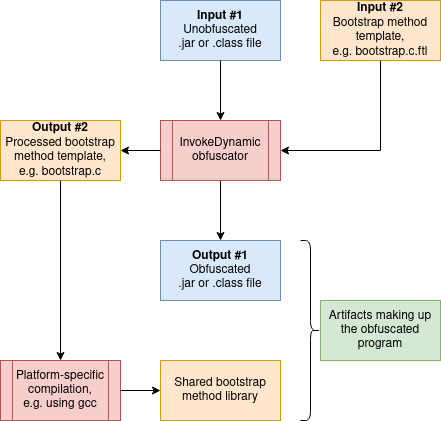
Before: .github/obfuscation-process.drawio.png, a diagram exported from draw.io (andreblanke/indy-obfuscator). Source tidied: cells renumbered, new cells last; positions are measured from the earlier drawing's top-left corner, leaving out a move shared by most shapes. Its diagram source:
```xml
<mxGraphModel>
  <root>
    <mxCell id="0" />
    <mxCell id="1" parent="0" />
    <mxCell id="2" value="&lt;b&gt;Input #1&lt;/b&gt;&lt;br&gt;Unobfuscated&lt;br&gt;.jar or .class file" style="rounded=0;whiteSpace=wrap;html=1;fillColor=#dae8fc;strokeColor=#6c8ebf;" parent="1" vertex="1">
      <mxGeometry x="160" width="120" height="60" as="geometry" />
    </mxCell>
    <mxCell id="3" value="&lt;b&gt;Input #2&lt;/b&gt;&lt;br&gt;Bootstrap method template,&lt;br&gt;e.g. bootstrap.c.ftl" style="rounded=0;whiteSpace=wrap;html=1;fillColor=#ffe6cc;strokeColor=#d79b00;" parent="1" vertex="1">
      <mxGeometry x="320" width="120" height="60" as="geometry" />
    </mxCell>
    <mxCell id="4" style="endArrow=classic;html=1;rounded=0;exitX=0.5;exitY=1;exitDx=0;exitDy=0;entryX=0.5;entryY=0;entryDx=0;entryDy=0;" parent="1" edge="1" source="2" target="8">
      <mxGeometry relative="1" as="geometry" />
    </mxCell>
    <mxCell id="5" style="endArrow=classic;html=1;rounded=0;exitX=0.5;exitY=1;exitDx=0;exitDy=0;entryX=1;entryY=0.5;entryDx=0;entryDy=0;" parent="1" edge="1" source="3" target="8">
      <mxGeometry relative="1" as="geometry">
        <Array as="points">
          <mxPoint x="380" y="150" />
        </Array>
      </mxGeometry>
    </mxCell>
    <mxCell id="6" value="&lt;b&gt;Output #1&lt;/b&gt;&lt;br&gt;Obfuscated&lt;br&gt;.jar or .class file" style="rounded=0;whiteSpace=wrap;html=1;fillColor=#dae8fc;strokeColor=#6c8ebf;" parent="1" vertex="1">
      <mxGeometry x="160" y="240" width="120" height="60" as="geometry" />
    </mxCell>
    <mxCell id="7" style="endArrow=classic;html=1;rounded=0;entryX=0.5;entryY=0;entryDx=0;entryDy=0;exitX=0.5;exitY=1;exitDx=0;exitDy=0;" parent="1" edge="1" source="8" target="6">
      <mxGeometry relative="1" as="geometry" />
    </mxCell>
    <mxCell id="8" value="InvokeDynamic obfuscator" style="shape=process;whiteSpace=wrap;html=1;backgroundOutline=1;fillColor=#f8cecc;strokeColor=#b85450;" parent="1" vertex="1">
      <mxGeometry x="160" y="120" width="120" height="60" as="geometry" />
    </mxCell>
    <mxCell id="9" value="&lt;b&gt;Output #2&lt;/b&gt;&lt;br&gt;Processed bootstrap method template,&lt;br&gt;e.g. bootstrap.c" style="rounded=0;whiteSpace=wrap;html=1;fillColor=#ffe6cc;strokeColor=#d79b00;" parent="1" vertex="1">
      <mxGeometry y="120" width="120" height="60" as="geometry" />
    </mxCell>
    <mxCell id="10" style="endArrow=classic;html=1;rounded=0;exitX=0;exitY=0.5;exitDx=0;exitDy=0;entryX=1;entryY=0.5;entryDx=0;entryDy=0;" parent="1" edge="1" source="8" target="9">
      <mxGeometry relative="1" as="geometry" />
    </mxCell>
    <mxCell id="11" value="Platform-specific compilation,&lt;br&gt;e.g. using gcc" style="shape=process;whiteSpace=wrap;html=1;backgroundOutline=1;fillColor=#f8cecc;strokeColor=#b85450;" parent="1" vertex="1">
      <mxGeometry y="360" width="120" height="60" as="geometry" />
    </mxCell>
    <mxCell id="12" value="Shared bootstrap method library" style="rounded=0;whiteSpace=wrap;html=1;fillColor=#ffe6cc;strokeColor=#d79b00;" parent="1" vertex="1">
      <mxGeometry x="160" y="360" width="120" height="60" as="geometry" />
    </mxCell>
    <mxCell id="13" style="endArrow=classic;html=1;rounded=0;exitX=0.5;exitY=1;exitDx=0;exitDy=0;entryX=0.5;entryY=0;entryDx=0;entryDy=0;" parent="1" edge="1" source="9" target="11">
      <mxGeometry relative="1" as="geometry" />
    </mxCell>
    <mxCell id="14" style="endArrow=classic;html=1;rounded=0;exitX=1;exitY=0.5;exitDx=0;exitDy=0;entryX=0;entryY=0.5;entryDx=0;entryDy=0;" parent="1" edge="1" source="11" target="12">
      <mxGeometry relative="1" as="geometry" />
    </mxCell>
    <mxCell id="15" style="shape=curlyBracket;whiteSpace=wrap;html=1;rounded=1;flipH=1;" parent="1" vertex="1">
      <mxGeometry x="300" y="240" width="20" height="180" as="geometry" />
    </mxCell>
    <mxCell id="16" value="Artifacts making up the obfuscated program" style="rounded=0;whiteSpace=wrap;html=1;fillColor=#d5e8d4;strokeColor=#82b366;" parent="1" vertex="1">
      <mxGeometry x="320" y="300" width="120" height="60" as="geometry" />
    </mxCell>
  </root>
</mxGraphModel>
```
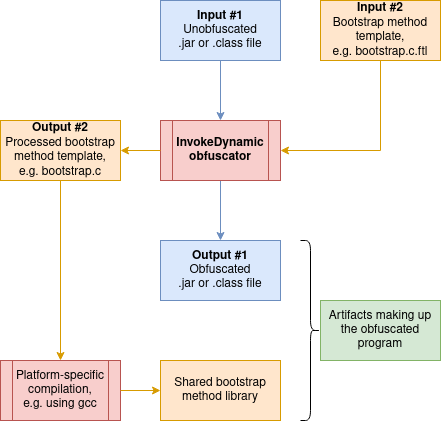
The same diagram one commit later.

The edit, as a diff of the source:
```diff
@@ -8,10 +8,10 @@
     <mxCell id="3" value="&lt;b&gt;Input #2&lt;/b&gt;&lt;br&gt;Bootstrap method template,&lt;br&gt;e.g. bootstrap.c.ftl" style="rounded=0;whiteSpace=wrap;html=1;fillColor=#ffe6cc;strokeColor=#d79b00;" parent="1" vertex="1">
       <mxGeometry x="320" width="120" height="60" as="geometry" />
     </mxCell>
-    <mxCell id="4" style="endArrow=classic;html=1;rounded=0;exitX=0.5;exitY=1;exitDx=0;exitDy=0;entryX=0.5;entryY=0;entryDx=0;entryDy=0;" parent="1" edge="1" source="2" target="8">
+    <mxCell id="4" style="endArrow=classic;html=1;rounded=0;exitX=0.5;exitY=1;exitDx=0;exitDy=0;entryX=0.5;entryY=0;entryDx=0;entryDy=0;fillColor=#dae8fc;strokeColor=#6c8ebf;" parent="1" edge="1" source="2" target="8">
       <mxGeometry relative="1" as="geometry" />
     </mxCell>
-    <mxCell id="5" style="endArrow=classic;html=1;rounded=0;exitX=0.5;exitY=1;exitDx=0;exitDy=0;entryX=1;entryY=0.5;entryDx=0;entryDy=0;" parent="1" edge="1" source="3" target="8">
+    <mxCell id="5" style="endArrow=classic;html=1;rounded=0;exitX=0.5;exitY=1;exitDx=0;exitDy=0;entryX=1;entryY=0.5;entryDx=0;entryDy=0;fillColor=#ffe6cc;strokeColor=#d79b00;" parent="1" edge="1" source="3" target="8">
       <mxGeometry relative="1" as="geometry">
         <Array as="points">
           <mxPoint x="380" y="150" />
@@ -21,16 +21,16 @@
     <mxCell id="6" value="&lt;b&gt;Output #1&lt;/b&gt;&lt;br&gt;Obfuscated&lt;br&gt;.jar or .class file" style="rounded=0;whiteSpace=wrap;html=1;fillColor=#dae8fc;strokeColor=#6c8ebf;" parent="1" vertex="1">
       <mxGeometry x="160" y="240" width="120" height="60" as="geometry" />
     </mxCell>
-    <mxCell id="7" style="endArrow=classic;html=1;rounded=0;entryX=0.5;entryY=0;entryDx=0;entryDy=0;exitX=0.5;exitY=1;exitDx=0;exitDy=0;" parent="1" edge="1" source="8" target="6">
+    <mxCell id="7" style="endArrow=classic;html=1;rounded=0;entryX=0.5;entryY=0;entryDx=0;entryDy=0;exitX=0.5;exitY=1;exitDx=0;exitDy=0;fillColor=#dae8fc;strokeColor=#6c8ebf;" parent="1" edge="1" source="8" target="6">
       <mxGeometry relative="1" as="geometry" />
     </mxCell>
-    <mxCell id="8" value="InvokeDynamic obfuscator" style="shape=process;whiteSpace=wrap;html=1;backgroundOutline=1;fillColor=#f8cecc;strokeColor=#b85450;" parent="1" vertex="1">
+    <mxCell id="8" value="&lt;b&gt;InvokeDynamic obfuscator&lt;/b&gt;" style="shape=process;whiteSpace=wrap;html=1;backgroundOutline=1;fillColor=#f8cecc;strokeColor=#b85450;" parent="1" vertex="1">
       <mxGeometry x="160" y="120" width="120" height="60" as="geometry" />
     </mxCell>
     <mxCell id="9" value="&lt;b&gt;Output #2&lt;/b&gt;&lt;br&gt;Processed bootstrap method template,&lt;br&gt;e.g. bootstrap.c" style="rounded=0;whiteSpace=wrap;html=1;fillColor=#ffe6cc;strokeColor=#d79b00;" parent="1" vertex="1">
       <mxGeometry y="120" width="120" height="60" as="geometry" />
     </mxCell>
-    <mxCell id="10" style="endArrow=classic;html=1;rounded=0;exitX=0;exitY=0.5;exitDx=0;exitDy=0;entryX=1;entryY=0.5;entryDx=0;entryDy=0;" parent="1" edge="1" source="8" target="9">
+    <mxCell id="10" style="endArrow=classic;html=1;rounded=0;exitX=0;exitY=0.5;exitDx=0;exitDy=0;entryX=1;entryY=0.5;entryDx=0;entryDy=0;fillColor=#ffe6cc;strokeColor=#d79b00;" parent="1" edge="1" source="8" target="9">
       <mxGeometry relative="1" as="geometry" />
     </mxCell>
     <mxCell id="11" value="Platform-specific compilation,&lt;br&gt;e.g. using gcc" style="shape=process;whiteSpace=wrap;html=1;backgroundOutline=1;fillColor=#f8cecc;strokeColor=#b85450;" parent="1" vertex="1">
@@ -39,10 +39,10 @@
     <mxCell id="12" value="Shared bootstrap method library" style="rounded=0;whiteSpace=wrap;html=1;fillColor=#ffe6cc;strokeColor=#d79b00;" parent="1" vertex="1">
       <mxGeometry x="160" y="360" width="120" height="60" as="geometry" />
     </mxCell>
-    <mxCell id="13" style="endArrow=classic;html=1;rounded=0;exitX=0.5;exitY=1;exitDx=0;exitDy=0;entryX=0.5;entryY=0;entryDx=0;entryDy=0;" parent="1" edge="1" source="9" target="11">
+    <mxCell id="13" style="endArrow=classic;html=1;rounded=0;exitX=0.5;exitY=1;exitDx=0;exitDy=0;entryX=0.5;entryY=0;entryDx=0;entryDy=0;fillColor=#ffe6cc;strokeColor=#d79b00;" parent="1" edge="1" source="9" target="11">
       <mxGeometry relative="1" as="geometry" />
     </mxCell>
-    <mxCell id="14" style="endArrow=classic;html=1;rounded=0;exitX=1;exitY=0.5;exitDx=0;exitDy=0;entryX=0;entryY=0.5;entryDx=0;entryDy=0;" parent="1" edge="1" source="11" target="12">
+    <mxCell id="14" style="endArrow=classic;html=1;rounded=0;exitX=1;exitY=0.5;exitDx=0;exitDy=0;entryX=0;entryY=0.5;entryDx=0;entryDy=0;fillColor=#ffe6cc;strokeColor=#d79b00;" parent="1" edge="1" source="11" target="12">
       <mxGeometry relative="1" as="geometry" />
     </mxCell>
     <mxCell id="15" style="shape=curlyBracket;whiteSpace=wrap;html=1;rounded=1;flipH=1;" parent="1" vertex="1">
```
